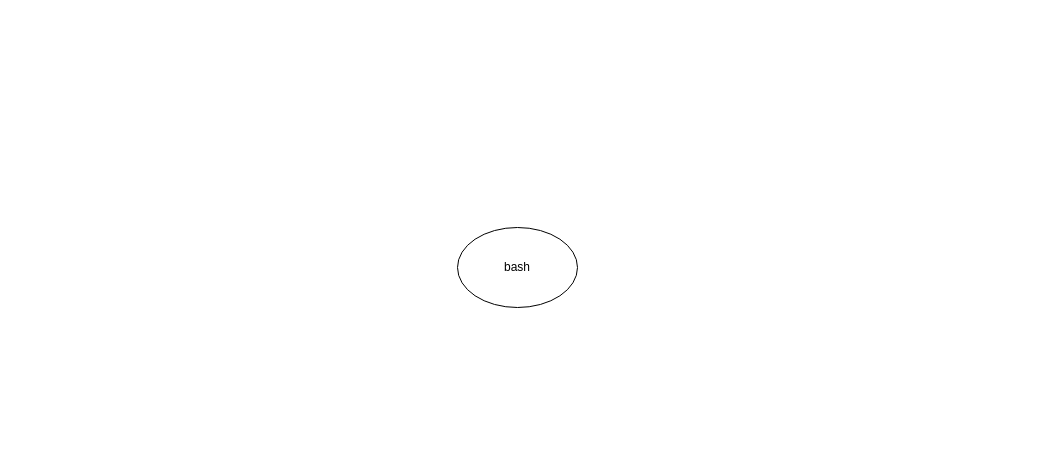
Earlier version of the draw.io diagram Chapter_10/schema.drawio (Mondotosz/MA-07). Source tidied: cells renumbered, new cells numbered last; positions are measured from the earlier drawing's top-left corner, leaving out a move shared by most shapes. Both pictures are drawn from the tidied source at 100%, with x=0, y=0 at pixel (457, 227).
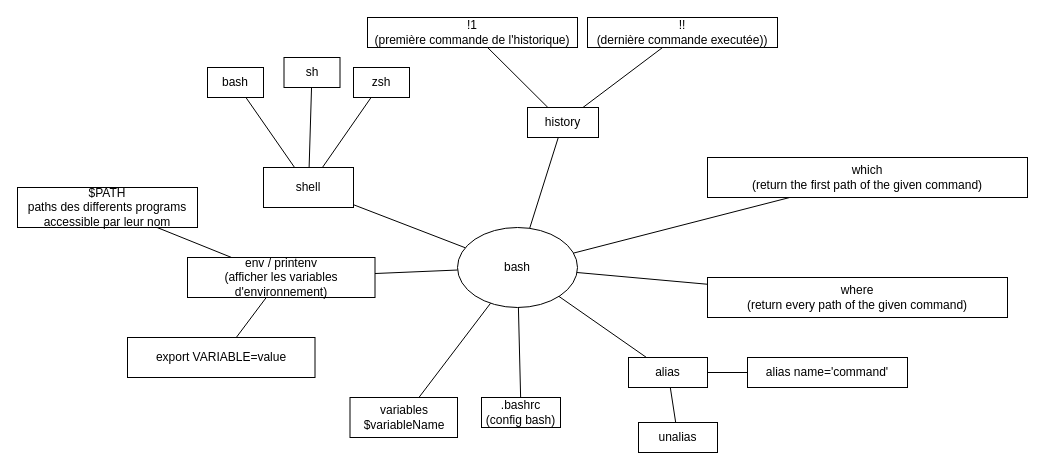
The same page after the edit.

The change refers to these unchanged cells:
```xml
<mxCell id="2" value="bash" style="ellipse;whiteSpace=wrap;html=1;" parent="1" vertex="1">
  <mxGeometry width="120" height="80" as="geometry" />
</mxCell>
```

Change to the diagram source:
```diff
@@
+    <mxCell id="3" style="rounded=0;jettySize=auto;html=1;endArrow=none;endFill=0;" parent="1" edge="1" source="2" target="5">
+      <mxGeometry relative="1" as="geometry" />
+    </mxCell>
@@
+    <mxCell id="4" style="edgeStyle=none;rounded=0;jettySize=auto;html=1;endArrow=none;endFill=0;" parent="1" edge="1" source="5" target="7">
+      <mxGeometry relative="1" as="geometry" />
+    </mxCell>
+    <mxCell id="5" value="shell" style="rounded=0;whiteSpace=wrap;html=1;" parent="1" vertex="1">
+      <mxGeometry x="-194" y="-60" width="90" height="40" as="geometry" />
+    </mxCell>
+    <mxCell id="6" value="bash" style="rounded=0;whiteSpace=wrap;html=1;direction=west;" parent="1" vertex="1">
+      <mxGeometry x="-250" y="-160" width="56" height="30" as="geometry" />
+    </mxCell>
+    <mxCell id="7" value="sh" style="rounded=0;whiteSpace=wrap;html=1;direction=west;" parent="1" vertex="1">
+      <mxGeometry x="-173.5" y="-170" width="56" height="30" as="geometry" />
+    </mxCell>
+    <mxCell id="8" value="zsh" style="rounded=0;whiteSpace=wrap;html=1;direction=west;" parent="1" vertex="1">
+      <mxGeometry x="-104" y="-160" width="56" height="30" as="geometry" />
+    </mxCell>
+    <mxCell id="9" style="edgeStyle=none;rounded=0;jettySize=auto;html=1;endArrow=none;endFill=0;" parent="1" edge="1" source="5" target="8">
+      <mxGeometry relative="1" as="geometry" />
+    </mxCell>
+    <mxCell id="10" style="edgeStyle=none;rounded=0;jettySize=auto;html=1;endArrow=none;endFill=0;" parent="1" edge="1" source="5" target="6">
+      <mxGeometry relative="1" as="geometry" />
+    </mxCell>
+    <mxCell id="11" style="rounded=0;jettySize=auto;html=1;endArrow=none;endFill=0;" parent="1" edge="1" source="13" target="15">
+      <mxGeometry relative="1" as="geometry" />
+    </mxCell>
+    <mxCell id="12" style="edgeStyle=none;rounded=0;jettySize=auto;html=1;endArrow=none;endFill=0;" parent="1" edge="1" source="2" target="19">
+      <mxGeometry relative="1" as="geometry" />
+    </mxCell>
+    <mxCell id="13" value="history" style="rounded=0;whiteSpace=wrap;html=1;" parent="1" vertex="1">
+      <mxGeometry x="70" y="-120" width="71" height="30" as="geometry" />
+    </mxCell>
+    <mxCell id="14" value="!1&lt;br&gt;(première commande de l'historique)" style="rounded=0;whiteSpace=wrap;html=1;" parent="1" vertex="1">
+      <mxGeometry x="-90" y="-210" width="210" height="30" as="geometry" />
+    </mxCell>
+    <mxCell id="15" value="!!&lt;br&gt;(dernière commande executée))" style="rounded=0;whiteSpace=wrap;html=1;" parent="1" vertex="1">
+      <mxGeometry x="130" y="-210" width="190" height="30" as="geometry" />
+    </mxCell>
+    <mxCell id="16" style="rounded=0;jettySize=auto;html=1;endArrow=none;endFill=0;" parent="1" edge="1" source="13" target="14">
+      <mxGeometry relative="1" as="geometry" />
+    </mxCell>
+    <mxCell id="17" style="rounded=0;jettySize=auto;html=1;endArrow=none;endFill=0;" parent="1" edge="1" source="13" target="2">
+      <mxGeometry relative="1" as="geometry" />
+    </mxCell>
+    <mxCell id="18" value="which&lt;br&gt;(return the first path of the given command)" style="rounded=0;whiteSpace=wrap;html=1;" parent="1" vertex="1">
+      <mxGeometry x="250" y="-70" width="320" height="40" as="geometry" />
+    </mxCell>
+    <mxCell id="19" value="where&lt;br&gt;(return every path of the given command)" style="rounded=0;whiteSpace=wrap;html=1;" parent="1" vertex="1">
+      <mxGeometry x="250" y="50" width="300" height="40" as="geometry" />
+    </mxCell>
+    <mxCell id="20" style="rounded=0;jettySize=auto;html=1;endArrow=none;endFill=0;" parent="1" edge="1" source="18" target="2">
+      <mxGeometry relative="1" as="geometry" />
+    </mxCell>
+    <mxCell id="21" value="alias" style="rounded=0;whiteSpace=wrap;html=1;" parent="1" vertex="1">
+      <mxGeometry x="171" y="130" width="79" height="30" as="geometry" />
+    </mxCell>
+    <mxCell id="22" value="alias name='command'" style="rounded=0;whiteSpace=wrap;html=1;" parent="1" vertex="1">
+      <mxGeometry x="290" y="130" width="160" height="30" as="geometry" />
+    </mxCell>
+    <mxCell id="23" style="edgeStyle=none;rounded=0;jettySize=auto;html=1;endArrow=none;endFill=0;" parent="1" edge="1" source="2" target="21">
+      <mxGeometry relative="1" as="geometry" />
+    </mxCell>
+    <mxCell id="24" style="edgeStyle=none;rounded=0;jettySize=auto;html=1;endArrow=none;endFill=0;" parent="1" edge="1" source="21" target="22">
+      <mxGeometry relative="1" as="geometry" />
+    </mxCell>
+    <mxCell id="25" value=".bashrc&lt;br&gt;(config bash)" style="rounded=0;whiteSpace=wrap;html=1;" parent="1" vertex="1">
+      <mxGeometry x="24" y="170" width="79" height="30" as="geometry" />
+    </mxCell>
+    <mxCell id="26" style="edgeStyle=none;rounded=0;jettySize=auto;html=1;endArrow=none;endFill=0;" parent="1" edge="1" source="2" target="25">
+      <mxGeometry relative="1" as="geometry" />
+    </mxCell>
+    <mxCell id="27" value="unalias" style="rounded=0;whiteSpace=wrap;html=1;" parent="1" vertex="1">
+      <mxGeometry x="181" y="195" width="79" height="30" as="geometry" />
+    </mxCell>
+    <mxCell id="28" style="edgeStyle=none;rounded=0;jettySize=auto;html=1;endArrow=none;endFill=0;" parent="1" edge="1" source="21" target="27">
+      <mxGeometry relative="1" as="geometry" />
+    </mxCell>
+    <mxCell id="29" value="variables&lt;br&gt;$variableName" style="rounded=0;whiteSpace=wrap;html=1;" parent="1" vertex="1">
+      <mxGeometry x="-107.5" y="170" width="107.5" height="40" as="geometry" />
+    </mxCell>
+    <mxCell id="30" style="edgeStyle=none;rounded=0;jettySize=auto;html=1;endArrow=none;endFill=0;" parent="1" edge="1" source="2" target="29">
+      <mxGeometry relative="1" as="geometry" />
+    </mxCell>
+    <mxCell id="31" value="env / printenv&lt;br&gt;(afficher les variables d'environnement)" style="rounded=0;whiteSpace=wrap;html=1;" parent="1" vertex="1">
+      <mxGeometry x="-270" y="30" width="187.5" height="40" as="geometry" />
+    </mxCell>
+    <mxCell id="32" style="rounded=0;jettySize=auto;html=1;endArrow=none;endFill=0;" parent="1" edge="1" source="2" target="31">
+      <mxGeometry relative="1" as="geometry" />
+    </mxCell>
+    <mxCell id="33" value="export VARIABLE=value" style="rounded=0;whiteSpace=wrap;html=1;" parent="1" vertex="1">
+      <mxGeometry x="-330" y="110" width="187.5" height="40" as="geometry" />
+    </mxCell>
+    <mxCell id="34" style="rounded=0;jettySize=auto;html=1;endArrow=none;endFill=0;" parent="1" edge="1" source="31" target="33">
+      <mxGeometry relative="1" as="geometry" />
+    </mxCell>
+    <mxCell id="35" value="$PATH&lt;br&gt;paths des differents programs accessible par leur nom" style="rounded=0;whiteSpace=wrap;html=1;" parent="1" vertex="1">
+      <mxGeometry x="-440" y="-40" width="180" height="40" as="geometry" />
+    </mxCell>
+    <mxCell id="36" style="rounded=0;jettySize=auto;html=1;endArrow=none;endFill=0;" parent="1" edge="1" source="35" target="31">
+      <mxGeometry relative="1" as="geometry" />
+    </mxCell>
```
